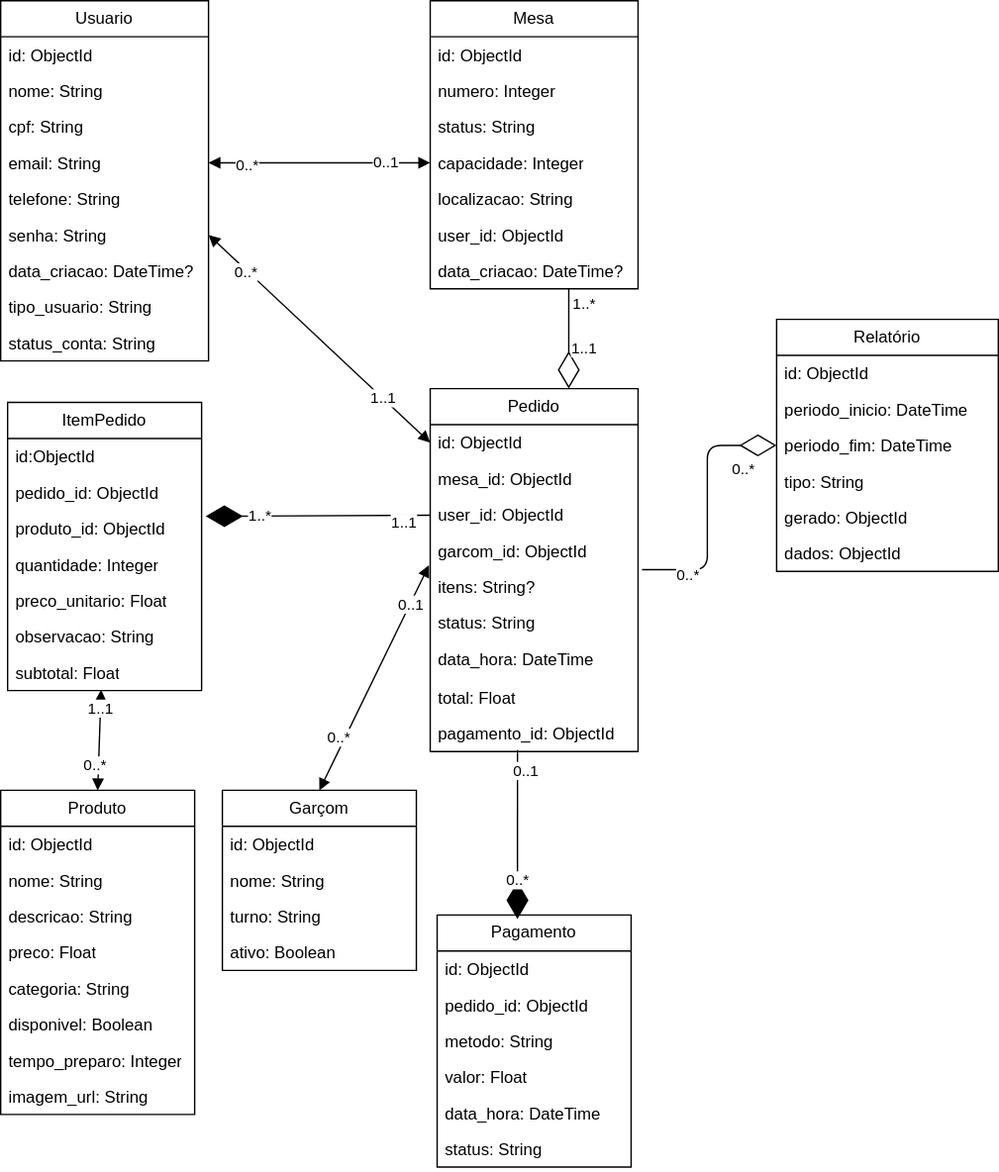
The draw.io diagram docs/NoAM.svg in FatecFranca/DSM-P3-G03-2025-2, before a commit. Source tidied: cells renumbered, new cells last; positions are measured from the earlier drawing's top-left corner, leaving out a move shared by most shapes.
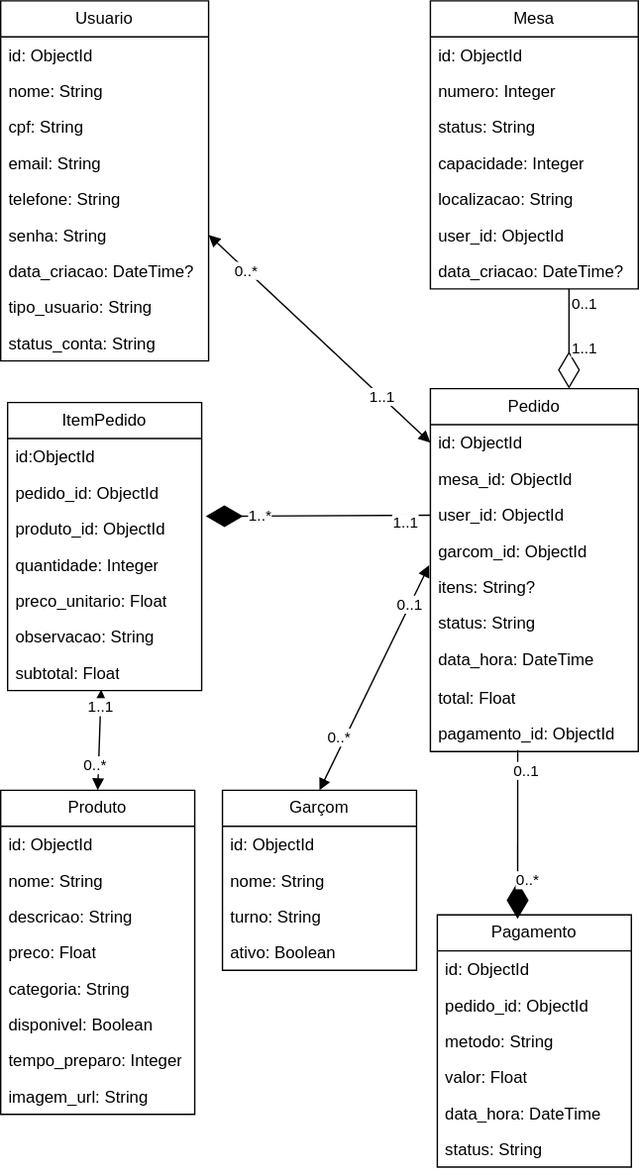
Above is the later version.

Commit message:
Correção do diagrama e documento 29/09/2025

Diff of the diagram source:
```diff
@@ -173,38 +173,6 @@
     <mxCell id="58" value="ativo: Boolean" style="text;strokeColor=none;fillColor=none;align=left;verticalAlign=top;spacingLeft=4;spacingRight=4;overflow=hidden;whiteSpace=wrap;html=1;" parent="54" vertex="1">
       <mxGeometry y="104" width="140" height="26" as="geometry" />
     </mxCell>
-    <mxCell id="59" value="Relatório" style="swimlane;fontStyle=0;horizontal=1;startSize=26;fillColor=none;whiteSpace=wrap;html=1;" parent="1" vertex="1">
-      <mxGeometry x="560" y="230" width="160" height="182" as="geometry" />
-    </mxCell>
-    <mxCell id="60" value="id: ObjectId" style="text;strokeColor=none;fillColor=none;align=left;verticalAlign=top;spacingLeft=4;spacingRight=4;overflow=hidden;whiteSpace=wrap;html=1;" parent="59" vertex="1">
-      <mxGeometry y="26" width="160" height="26" as="geometry" />
-    </mxCell>
-    <mxCell id="61" value="periodo_inicio: DateTime" style="text;strokeColor=none;fillColor=none;align=left;verticalAlign=top;spacingLeft=4;spacingRight=4;overflow=hidden;whiteSpace=wrap;html=1;" parent="59" vertex="1">
-      <mxGeometry y="52" width="160" height="26" as="geometry" />
-    </mxCell>
-    <mxCell id="62" value="periodo_fim: DateTime" style="text;strokeColor=none;fillColor=none;align=left;verticalAlign=top;spacingLeft=4;spacingRight=4;overflow=hidden;points=[[0,0.5],[1,0.5]];portConstraint=eastwest;whiteSpace=wrap;html=1;" parent="59" vertex="1">
-      <mxGeometry y="78" width="160" height="26" as="geometry" />
-    </mxCell>
-    <mxCell id="63" value="tipo: String" style="text;strokeColor=none;fillColor=none;align=left;verticalAlign=top;spacingLeft=4;spacingRight=4;overflow=hidden;whiteSpace=wrap;html=1;" parent="59" vertex="1">
-      <mxGeometry y="104" width="160" height="26" as="geometry" />
-    </mxCell>
-    <mxCell id="64" value="gerado: ObjectId" style="text;strokeColor=none;fillColor=none;align=left;verticalAlign=top;spacingLeft=4;spacingRight=4;overflow=hidden;whiteSpace=wrap;html=1;" parent="59" vertex="1">
-      <mxGeometry y="130" width="160" height="26" as="geometry" />
-    </mxCell>
-    <mxCell id="65" value="dados: ObjectId" style="text;strokeColor=none;fillColor=none;align=left;verticalAlign=top;spacingLeft=4;spacingRight=4;overflow=hidden;whiteSpace=wrap;html=1;" parent="59" vertex="1">
-      <mxGeometry y="156" width="160" height="26" as="geometry" />
-    </mxCell>
-    <mxCell id="66" style="endArrow=block;startArrow=block;endFill=1;startFill=1;html=1;exitX=1;exitY=0.5;exitDx=0;exitDy=0;entryX=0;entryY=0.5;entryDx=0;entryDy=0;" parent="1" edge="1" source="6" target="16">
-      <mxGeometry relative="1" as="geometry" />
-    </mxCell>
-    <mxCell id="67" value="0..*" style="edgeLabel;html=1;align=center;verticalAlign=middle;" parent="66" vertex="1">
-      <mxGeometry x="-0.66" y="-1" relative="1" as="geometry" />
-    </mxCell>
-    <mxCell id="68" value="0..1" style="edgeLabel;html=1;align=center;verticalAlign=middle;" parent="66" vertex="1">
-      <mxGeometry x="0.58" y="-3" relative="1" as="geometry">
-        <mxPoint y="-4" as="offset" />
-      </mxGeometry>
-    </mxCell>
     <mxCell id="69" style="endArrow=diamondThin;endFill=1;endSize=24;html=1;entryX=1.021;entryY=0.161;entryDx=0;entryDy=0;entryPerimeter=0;" parent="1" edge="1" source="23" target="33">
       <mxGeometry relative="1" as="geometry" />
     </mxCell>
@@ -218,28 +186,13 @@
       <mxGeometry relative="1" as="geometry" />
     </mxCell>
     <mxCell id="73" value="0..*" style="edgeLabel;html=1;align=center;verticalAlign=middle;" parent="72" vertex="1">
-      <mxGeometry x="0.53" y="-1" relative="1" as="geometry" />
+      <mxGeometry x="0.53" y="-1" relative="1" as="geometry">
+        <mxPoint x="7" as="offset" />
+      </mxGeometry>
     </mxCell>
     <mxCell id="74" value="0..1" style="edgeLabel;html=1;align=center;verticalAlign=middle;" parent="72" vertex="1">
       <mxGeometry x="-0.76" y="5" relative="1" as="geometry" />
     </mxCell>
-    <mxCell id="75" style="endArrow=diamondThin;endFill=0;endSize=24;html=1;entryX=0;entryY=0.5;entryDx=0;entryDy=0;edgeStyle=elbowEdgeStyle;exitX=1.019;exitY=0.026;exitDx=0;exitDy=0;exitPerimeter=0;" parent="1" edge="1" source="25" target="62">
-      <mxGeometry relative="1" as="geometry">
-        <Array as="points">
-          <mxPoint x="510" y="320" />
-        </Array>
-      </mxGeometry>
-    </mxCell>
-    <mxCell id="76" value="0..*" style="edgeLabel;html=1;align=center;verticalAlign=middle;" parent="75" vertex="1">
-      <mxGeometry x="-0.8" relative="1" as="geometry">
-        <mxPoint x="14" y="3" as="offset" />
-      </mxGeometry>
-    </mxCell>
-    <mxCell id="77" value="0..*" style="edgeLabel;html=1;align=center;verticalAlign=middle;" parent="75" vertex="1">
-      <mxGeometry x="0.71" y="-2" relative="1" as="geometry">
-        <mxPoint x="2" y="14" as="offset" />
-      </mxGeometry>
-    </mxCell>
     <mxCell id="78" style="endArrow=diamondThin;endFill=0;endSize=24;html=1;edgeStyle=elbowEdgeStyle;" parent="1" edge="1" source="19" target="20">
       <mxGeometry relative="1" as="geometry">
         <Array as="points">
@@ -247,7 +200,7 @@
         </Array>
       </mxGeometry>
     </mxCell>
-    <mxCell id="79" value="1..*" style="edgeLabel;html=1;align=center;verticalAlign=middle;" parent="78" vertex="1">
+    <mxCell id="79" value="0..1" style="edgeLabel;html=1;align=center;verticalAlign=middle;" parent="78" vertex="1">
       <mxGeometry x="-0.8" relative="1" as="geometry">
         <mxPoint x="10" y="3" as="offset" />
       </mxGeometry>
```
